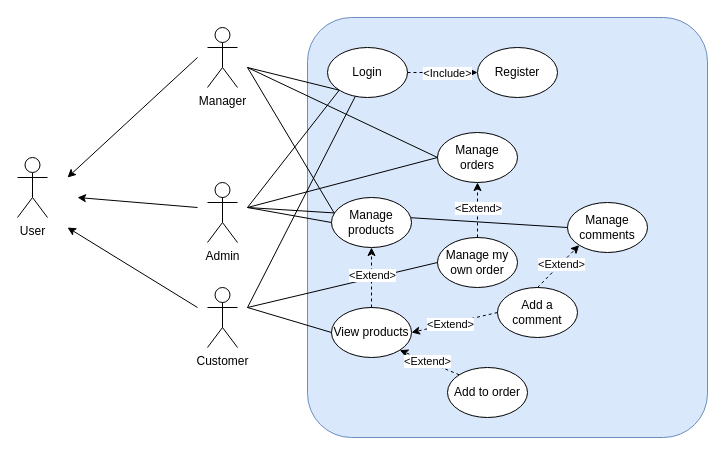
Above: Diagramme sans nom.drawio in NhkI0/Java1 (draw.io), before the change. Source tidied: cells renumbered, new cells numbered last; positions are measured from the earlier drawing's top-left corner, leaving out a move shared by most shapes. Both pictures are drawn from the tidied source at 100%, with x=0, y=0 at pixel (17, 17).
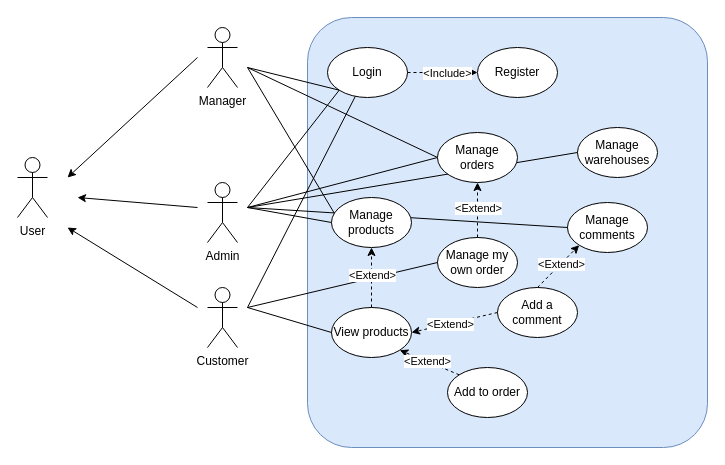
The same diagram, later.

Commit message (it also covers changes not shown here):
Mettre à jour Diagramme sans nom.drawio

Change to the diagram source:
```diff
@@
     <mxCell id="9" style="rounded=1;whiteSpace=wrap;html=1;fillColor=#dae8fc;strokeColor=#6c8ebf;arcSize=11;" parent="1" vertex="1">
-      <mxGeometry x="290" width="400" height="420" as="geometry" />
+      <mxGeometry x="290" width="400" height="430" as="geometry" />
     </mxCell>
@@
-    <mxCell id="19" value="Manage orders" style="ellipse;whiteSpace=wrap;html=1;" parent="1" vertex="1">
-      <mxGeometry x="420" y="115" width="80" height="50" as="geometry" />
-    </mxCell>
@@
+    <mxCell id="41" value="Manage warehouses" style="ellipse;whiteSpace=wrap;html=1;" parent="1" vertex="1">
+      <mxGeometry x="560" y="110" width="80" height="50" as="geometry" />
+    </mxCell>
+    <mxCell id="42" style="endArrow=none;html=1;rounded=0;entryX=0;entryY=0.5;entryDx=0;entryDy=0;" parent="1" edge="1" target="41">
+      <mxGeometry relative="1" as="geometry">
+        <mxPoint x="230" y="190" as="sourcePoint" />
+      </mxGeometry>
+    </mxCell>
+    <mxCell id="19" value="Manage orders" style="ellipse;whiteSpace=wrap;html=1;" parent="1" vertex="1">
+      <mxGeometry x="420" y="115" width="80" height="50" as="geometry" />
+    </mxCell>
```
